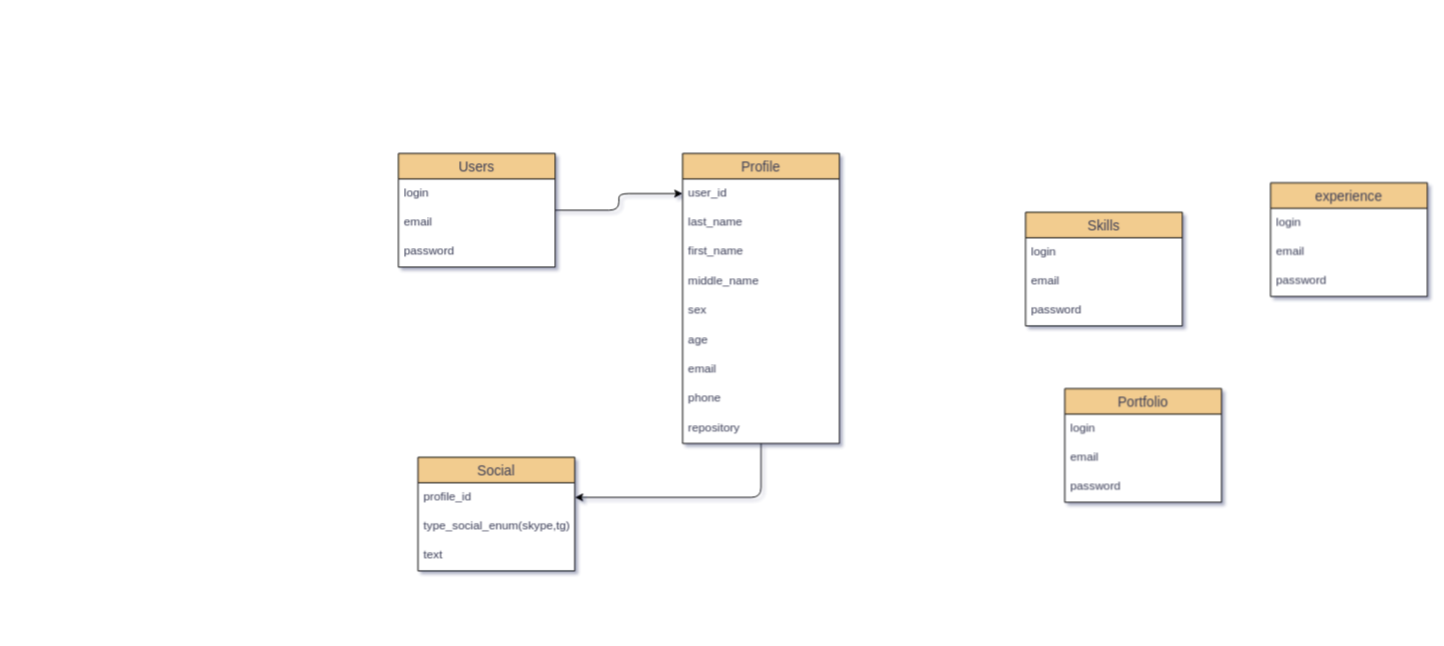
The draw.io diagram portfolio.drawio in odi1n/portfolio, before the edit. Source tidied: cells renumbered, new cells numbered last; positions are measured from the earlier drawing's top-left corner, leaving out a move shared by most shapes. Both pictures are drawn from the tidied source at 98%, with x=0, y=0 at pixel (398, 153).
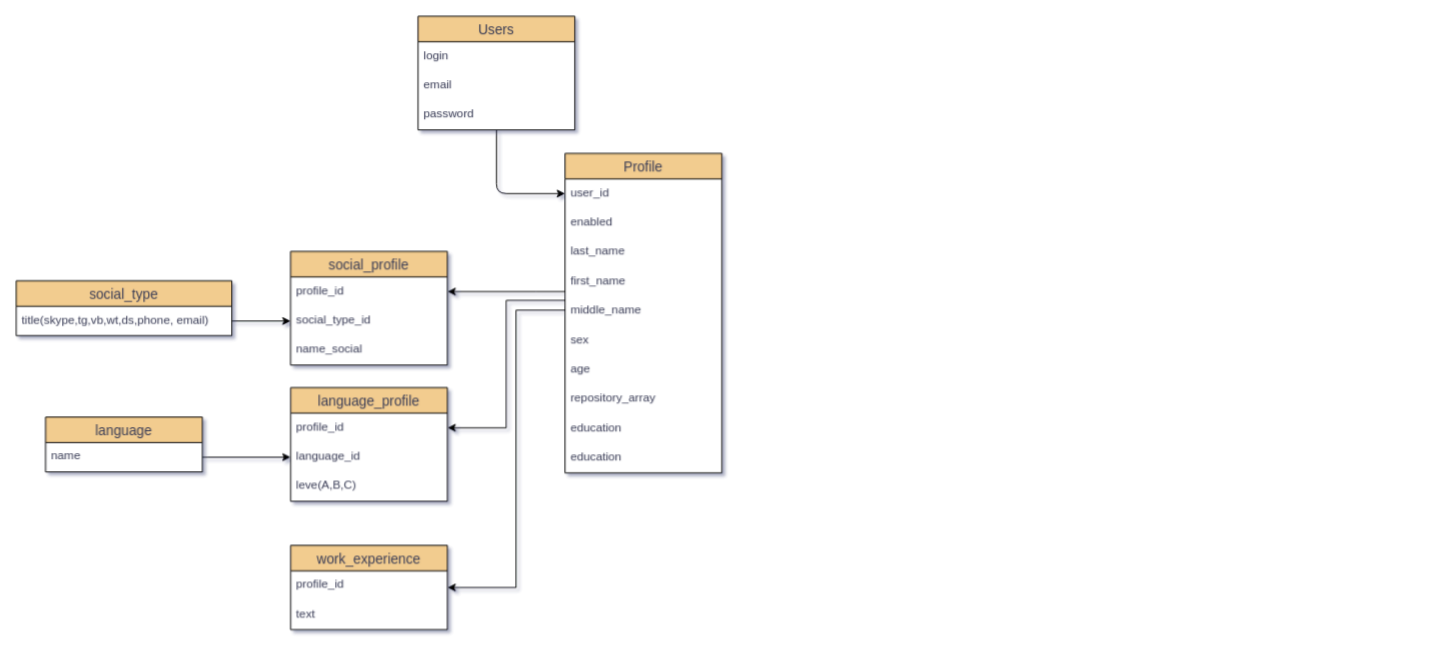
Above is the later version.

Commit message:
Описал таблицу профиля

The edit, as a diff of the source:
```diff
@@
     <mxCell id="3" value="Users" style="swimlane;fontStyle=0;horizontal=1;startSize=26;align=center;fontSize=14;rounded=0;shadow=0;sketch=0;fontColor=#393C56;strokeColor=default;fillColor=#F2CC8F;swimlaneFillColor=default;" parent="1" vertex="1">
-      <mxGeometry width="160" height="116" as="geometry" />
+      <mxGeometry x="20" y="-140" width="160" height="116" as="geometry" />
     </mxCell>
@@
-    <mxCell id="7" style="edgeStyle=orthogonalEdgeStyle;curved=0;rounded=1;sketch=0;jettySize=auto;html=1;entryX=1;entryY=0.5;entryDx=0;entryDy=0;shadow=0;fontColor=#393C56;strokeColor=default;fillColor=#F2CC8F;" parent="1" edge="1" source="8" target="31">
-      <mxGeometry relative="1" as="geometry" />
-    </mxCell>
+    <mxCell id="34" style="edgeStyle=orthogonalEdgeStyle;rounded=0;jettySize=auto;html=1;entryX=1;entryY=0.5;entryDx=0;entryDy=0;" parent="1" edge="1" source="8" target="43">
+      <mxGeometry relative="1" as="geometry">
+        <Array as="points">
+          <mxPoint x="140" y="141" />
+          <mxPoint x="140" y="141" />
+        </Array>
+      </mxGeometry>
+    </mxCell>
+    <mxCell id="35" style="edgeStyle=orthogonalEdgeStyle;rounded=0;jettySize=auto;html=1;entryX=1;entryY=0.5;entryDx=0;entryDy=0;" parent="1" edge="1" source="8" target="50">
+      <mxGeometry relative="1" as="geometry">
+        <Array as="points">
+          <mxPoint x="110" y="150" />
+          <mxPoint x="110" y="280" />
+        </Array>
+      </mxGeometry>
+    </mxCell>
+    <mxCell id="36" style="edgeStyle=orthogonalEdgeStyle;rounded=0;jettySize=auto;html=1;entryX=1;entryY=0.5;entryDx=0;entryDy=0;" parent="1" edge="1" source="8" target="54">
+      <mxGeometry relative="1" as="geometry">
+        <Array as="points">
+          <mxPoint x="120" y="160" />
+          <mxPoint x="120" y="443" />
+        </Array>
+      </mxGeometry>
+    </mxCell>
     <mxCell id="8" value="Profile" style="swimlane;fontStyle=0;horizontal=1;startSize=26;align=center;fontSize=14;rounded=0;shadow=0;sketch=0;fontColor=#393C56;strokeColor=default;fillColor=#F2CC8F;swimlaneFillColor=default;" parent="1" vertex="1">
-      <mxGeometry x="290" width="160" height="296" as="geometry" />
+      <mxGeometry x="170" width="160" height="326" as="geometry" />
     </mxCell>
@@
+    <mxCell id="37" value="enabled" style="text;strokeColor=none;fillColor=none;spacingLeft=4;spacingRight=4;overflow=hidden;fontSize=12;rounded=0;shadow=0;sketch=0;fontColor=#393C56;" parent="8" vertex="1">
+      <mxGeometry y="56" width="160" height="30" as="geometry" />
+    </mxCell>
     <mxCell id="10" value="last_name" style="text;strokeColor=none;fillColor=none;spacingLeft=4;spacingRight=4;overflow=hidden;fontSize=12;rounded=0;shadow=0;sketch=0;fontColor=#393C56;" parent="8" vertex="1">
-      <mxGeometry y="56" width="160" height="30" as="geometry" />
+      <mxGeometry y="86" width="160" height="30" as="geometry" />
     </mxCell>
     <mxCell id="11" value="first_name" style="text;strokeColor=none;fillColor=none;spacingLeft=4;spacingRight=4;overflow=hidden;fontSize=12;rounded=0;shadow=0;sketch=0;fontColor=#393C56;" parent="8" vertex="1">
-      <mxGeometry y="86" width="160" height="30" as="geometry" />
+      <mxGeometry y="116" width="160" height="30" as="geometry" />
     </mxCell>
     <mxCell id="12" value="middle_name" style="text;strokeColor=none;fillColor=none;spacingLeft=4;spacingRight=4;overflow=hidden;fontSize=12;rounded=0;shadow=0;sketch=0;fontColor=#393C56;" parent="8" vertex="1">
-      <mxGeometry y="116" width="160" height="30" as="geometry" />
+      <mxGeometry y="146" width="160" height="30" as="geometry" />
     </mxCell>
     <mxCell id="13" value="sex" style="text;strokeColor=none;fillColor=none;spacingLeft=4;spacingRight=4;overflow=hidden;fontSize=12;rounded=0;shadow=0;sketch=0;fontColor=#393C56;" parent="8" vertex="1">
-      <mxGeometry y="146" width="160" height="30" as="geometry" />
+      <mxGeometry y="176" width="160" height="30" as="geometry" />
     </mxCell>
     <mxCell id="14" value="age" style="text;strokeColor=none;fillColor=none;spacingLeft=4;spacingRight=4;overflow=hidden;fontSize=12;rounded=0;shadow=0;sketch=0;fontColor=#393C56;" parent="8" vertex="1">
-      <mxGeometry y="176" width="160" height="30" as="geometry" />
+      <mxGeometry y="206" width="160" height="30" as="geometry" />
     </mxCell>
-    <mxCell id="15" value="email" style="text;strokeColor=none;fillColor=none;spacingLeft=4;spacingRight=4;overflow=hidden;fontSize=12;rounded=0;shadow=0;sketch=0;fontColor=#393C56;" parent="8" vertex="1">
-      <mxGeometry y="206" width="160" height="30" as="geometry" />
-    </mxCell>
-    <mxCell id="16" value="phone" style="text;strokeColor=none;fillColor=none;spacingLeft=4;spacingRight=4;overflow=hidden;fontSize=12;rounded=0;shadow=0;sketch=0;fontColor=#393C56;" parent="8" vertex="1">
-      <mxGeometry y="236" width="160" height="30" as="geometry" />
-    </mxCell>
-    <mxCell id="17" value="repository" style="text;strokeColor=none;fillColor=none;spacingLeft=4;spacingRight=4;overflow=hidden;fontSize=12;rounded=0;shadow=0;sketch=0;fontColor=#393C56;" parent="8" vertex="1">
-      <mxGeometry y="266" width="160" height="30" as="geometry" />
+    <mxCell id="17" value="repository_array" style="text;strokeColor=none;fillColor=none;spacingLeft=4;spacingRight=4;overflow=hidden;fontSize=12;rounded=0;shadow=0;sketch=0;fontColor=#393C56;" parent="8" vertex="1">
+      <mxGeometry y="236" width="160" height="30" as="geometry" />
     </mxCell>
-    <mxCell id="18" value="Portfolio" style="swimlane;fontStyle=0;horizontal=1;startSize=26;align=center;fontSize=14;rounded=0;shadow=0;sketch=0;fontColor=#393C56;strokeColor=default;fillColor=#F2CC8F;swimlaneFillColor=default;" parent="1" vertex="1">
-      <mxGeometry x="680" y="240" width="160" height="116" as="geometry" />
-    </mxCell>
-    <mxCell id="19" value="login" style="text;strokeColor=none;fillColor=none;spacingLeft=4;spacingRight=4;overflow=hidden;fontSize=12;rounded=0;shadow=0;sketch=0;fontColor=#393C56;" parent="18" vertex="1">
-      <mxGeometry y="26" width="160" height="30" as="geometry" />
-    </mxCell>
-    <mxCell id="20" value="email" style="text;strokeColor=none;fillColor=none;spacingLeft=4;spacingRight=4;overflow=hidden;fontSize=12;rounded=0;shadow=0;sketch=0;fontColor=#393C56;" parent="18" vertex="1">
-      <mxGeometry y="56" width="160" height="30" as="geometry" />
-    </mxCell>
-    <mxCell id="21" value="password" style="text;strokeColor=none;fillColor=none;spacingLeft=4;spacingRight=4;overflow=hidden;fontSize=12;rounded=0;shadow=0;sketch=0;fontColor=#393C56;" parent="18" vertex="1">
-      <mxGeometry y="86" width="160" height="30" as="geometry" />
-    </mxCell>
-    <mxCell id="22" value="Skills" style="swimlane;fontStyle=0;horizontal=1;startSize=26;align=center;fontSize=14;rounded=0;shadow=0;sketch=0;fontColor=#393C56;strokeColor=default;fillColor=#F2CC8F;swimlaneFillColor=default;" parent="1" vertex="1">
-      <mxGeometry x="640" y="60" width="160" height="116" as="geometry" />
-    </mxCell>
-    <mxCell id="23" value="login" style="text;strokeColor=none;fillColor=none;spacingLeft=4;spacingRight=4;overflow=hidden;fontSize=12;rounded=0;shadow=0;sketch=0;fontColor=#393C56;" parent="22" vertex="1">
-      <mxGeometry y="26" width="160" height="30" as="geometry" />
-    </mxCell>
-    <mxCell id="24" value="email" style="text;strokeColor=none;fillColor=none;spacingLeft=4;spacingRight=4;overflow=hidden;fontSize=12;rounded=0;shadow=0;sketch=0;fontColor=#393C56;" parent="22" vertex="1">
-      <mxGeometry y="56" width="160" height="30" as="geometry" />
-    </mxCell>
-    <mxCell id="25" value="password" style="text;strokeColor=none;fillColor=none;spacingLeft=4;spacingRight=4;overflow=hidden;fontSize=12;rounded=0;shadow=0;sketch=0;fontColor=#393C56;" parent="22" vertex="1">
-      <mxGeometry y="86" width="160" height="30" as="geometry" />
-    </mxCell>
-    <mxCell id="26" value="experience" style="swimlane;fontStyle=0;horizontal=1;startSize=26;align=center;fontSize=14;rounded=0;shadow=0;sketch=0;fontColor=#393C56;strokeColor=default;fillColor=#F2CC8F;swimlaneFillColor=default;" parent="1" vertex="1">
-      <mxGeometry x="890" y="30" width="160" height="116" as="geometry" />
-    </mxCell>
-    <mxCell id="27" value="login" style="text;strokeColor=none;fillColor=none;spacingLeft=4;spacingRight=4;overflow=hidden;fontSize=12;rounded=0;shadow=0;sketch=0;fontColor=#393C56;" parent="26" vertex="1">
-      <mxGeometry y="26" width="160" height="30" as="geometry" />
-    </mxCell>
-    <mxCell id="28" value="email" style="text;strokeColor=none;fillColor=none;spacingLeft=4;spacingRight=4;overflow=hidden;fontSize=12;rounded=0;shadow=0;sketch=0;fontColor=#393C56;" parent="26" vertex="1">
-      <mxGeometry y="56" width="160" height="30" as="geometry" />
-    </mxCell>
-    <mxCell id="29" value="password" style="text;strokeColor=none;fillColor=none;spacingLeft=4;spacingRight=4;overflow=hidden;fontSize=12;rounded=0;shadow=0;sketch=0;fontColor=#393C56;" parent="26" vertex="1">
-      <mxGeometry y="86" width="160" height="30" as="geometry" />
-    </mxCell>
-    <mxCell id="30" value="Social" style="swimlane;fontStyle=0;horizontal=1;startSize=26;align=center;fontSize=14;rounded=0;shadow=0;sketch=0;fontColor=#393C56;strokeColor=default;fillColor=#F2CC8F;swimlaneFillColor=default;" parent="1" vertex="1">
-      <mxGeometry x="20" y="310" width="160" height="116" as="geometry" />
-    </mxCell>
-    <mxCell id="31" value="profile_id" style="text;strokeColor=none;fillColor=none;spacingLeft=4;spacingRight=4;overflow=hidden;points=[[0,0.5],[1,0.5]];portConstraint=eastwest;fontSize=12;rounded=0;shadow=0;sketch=0;fontColor=#393C56;" parent="30" vertex="1">
-      <mxGeometry y="26" width="160" height="30" as="geometry" />
-    </mxCell>
-    <mxCell id="32" value="type_social_enum(skype,tg)" style="text;strokeColor=none;fillColor=none;spacingLeft=4;spacingRight=4;overflow=hidden;fontSize=12;rounded=0;shadow=0;sketch=0;fontColor=#393C56;" parent="30" vertex="1">
-      <mxGeometry y="56" width="160" height="30" as="geometry" />
-    </mxCell>
+    <mxCell id="38" value="education" style="text;strokeColor=none;fillColor=none;spacingLeft=4;spacingRight=4;overflow=hidden;fontSize=12;rounded=0;shadow=0;sketch=0;fontColor=#393C56;" parent="8" vertex="1">
+      <mxGeometry y="266" width="160" height="30" as="geometry" />
+    </mxCell>
+    <mxCell id="39" value="education" style="text;strokeColor=none;fillColor=none;spacingLeft=4;spacingRight=4;overflow=hidden;fontSize=12;rounded=0;shadow=0;sketch=0;fontColor=#393C56;" parent="8" vertex="1">
+      <mxGeometry y="296" width="160" height="30" as="geometry" />
+    </mxCell>
+    <mxCell id="40" value="social_type" style="swimlane;fontStyle=0;horizontal=1;startSize=26;align=center;fontSize=14;rounded=0;shadow=0;sketch=0;fontColor=#393C56;strokeColor=default;fillColor=#F2CC8F;swimlaneFillColor=default;" parent="1" vertex="1">
+      <mxGeometry x="-390" y="130" width="220" height="56" as="geometry" />
+    </mxCell>
+    <mxCell id="41" value="title(skype,tg,vb,wt,ds,phone, email)" style="text;strokeColor=none;fillColor=none;spacingLeft=4;spacingRight=4;overflow=hidden;points=[[0,0.5],[1,0.5]];portConstraint=eastwest;fontSize=12;rounded=0;shadow=0;sketch=0;fontColor=#393C56;" parent="40" vertex="1">
+      <mxGeometry y="26" width="220" height="30" as="geometry" />
+    </mxCell>
+    <mxCell id="42" value="social_profile" style="swimlane;fontStyle=0;horizontal=1;startSize=26;align=center;fontSize=14;rounded=0;shadow=0;sketch=0;fontColor=#393C56;strokeColor=default;fillColor=#F2CC8F;swimlaneFillColor=default;" parent="1" vertex="1">
+      <mxGeometry x="-110" y="100" width="160" height="116" as="geometry" />
+    </mxCell>
+    <mxCell id="43" value="profile_id" style="text;strokeColor=none;fillColor=none;spacingLeft=4;spacingRight=4;overflow=hidden;points=[[0,0.5],[1,0.5]];portConstraint=eastwest;fontSize=12;rounded=0;shadow=0;sketch=0;fontColor=#393C56;" parent="42" vertex="1">
+      <mxGeometry y="26" width="160" height="30" as="geometry" />
+    </mxCell>
+    <mxCell id="44" value="social_type_id" style="text;strokeColor=none;fillColor=none;spacingLeft=4;spacingRight=4;overflow=hidden;points=[[0,0.5],[1,0.5]];portConstraint=eastwest;fontSize=12;rounded=0;shadow=0;sketch=0;fontColor=#393C56;" parent="42" vertex="1">
+      <mxGeometry y="56" width="160" height="30" as="geometry" />
+    </mxCell>
+    <mxCell id="45" value="name_social" style="text;strokeColor=none;fillColor=none;spacingLeft=4;spacingRight=4;overflow=hidden;fontSize=12;rounded=0;shadow=0;sketch=0;fontColor=#393C56;" parent="42" vertex="1">
+      <mxGeometry y="86" width="160" height="30" as="geometry" />
+    </mxCell>
+    <mxCell id="46" style="edgeStyle=orthogonalEdgeStyle;rounded=0;jettySize=auto;html=1;exitX=1;exitY=0.5;exitDx=0;exitDy=0;" parent="1" edge="1" source="41" target="44">
+      <mxGeometry relative="1" as="geometry" />
+    </mxCell>
+    <mxCell id="47" value="language" style="swimlane;fontStyle=0;horizontal=1;startSize=26;align=center;fontSize=14;rounded=0;shadow=0;sketch=0;fontColor=#393C56;strokeColor=default;fillColor=#F2CC8F;swimlaneFillColor=default;" parent="1" vertex="1">
+      <mxGeometry x="-360" y="269" width="160" height="56" as="geometry" />
+    </mxCell>
+    <mxCell id="48" value="name" style="text;strokeColor=none;fillColor=none;spacingLeft=4;spacingRight=4;overflow=hidden;points=[[0,0.5],[1,0.5]];portConstraint=eastwest;fontSize=12;rounded=0;shadow=0;sketch=0;fontColor=#393C56;" parent="47" vertex="1">
+      <mxGeometry y="26" width="160" height="30" as="geometry" />
+    </mxCell>
+    <mxCell id="49" value="language_profile" style="swimlane;fontStyle=0;horizontal=1;startSize=26;align=center;fontSize=14;rounded=0;shadow=0;sketch=0;fontColor=#393C56;strokeColor=default;fillColor=#F2CC8F;swimlaneFillColor=default;" parent="1" vertex="1">
+      <mxGeometry x="-110" y="239" width="160" height="116" as="geometry" />
+    </mxCell>
+    <mxCell id="50" value="profile_id" style="text;strokeColor=none;fillColor=none;spacingLeft=4;spacingRight=4;overflow=hidden;points=[[0,0.5],[1,0.5]];portConstraint=eastwest;fontSize=12;rounded=0;shadow=0;sketch=0;fontColor=#393C56;" parent="49" vertex="1">
+      <mxGeometry y="26" width="160" height="30" as="geometry" />
+    </mxCell>
+    <mxCell id="51" value="language_id" style="text;strokeColor=none;fillColor=none;spacingLeft=4;spacingRight=4;overflow=hidden;points=[[0,0.5],[1,0.5]];portConstraint=eastwest;fontSize=12;rounded=0;shadow=0;sketch=0;fontColor=#393C56;" parent="49" vertex="1">
+      <mxGeometry y="56" width="160" height="30" as="geometry" />
+    </mxCell>
+    <mxCell id="52" value="leve(A,B,C)" style="text;strokeColor=none;fillColor=none;spacingLeft=4;spacingRight=4;overflow=hidden;fontSize=12;rounded=0;shadow=0;sketch=0;fontColor=#393C56;" parent="49" vertex="1">
+      <mxGeometry y="86" width="160" height="30" as="geometry" />
+    </mxCell>
+    <mxCell id="53" style="edgeStyle=orthogonalEdgeStyle;rounded=0;jettySize=auto;html=1;exitX=1;exitY=0.5;exitDx=0;exitDy=0;" parent="1" edge="1" source="48" target="51">
+      <mxGeometry relative="1" as="geometry" />
+    </mxCell>
+    <mxCell id="54" value="work_experience" style="swimlane;fontStyle=0;horizontal=1;startSize=26;align=center;fontSize=14;rounded=0;shadow=0;sketch=0;fontColor=#393C56;strokeColor=default;fillColor=#F2CC8F;swimlaneFillColor=default;" parent="1" vertex="1">
+      <mxGeometry x="-110" y="400" width="160" height="86" as="geometry" />
+    </mxCell>
+    <mxCell id="55" value="profile_id" style="text;strokeColor=none;fillColor=none;spacingLeft=4;spacingRight=4;overflow=hidden;fontSize=12;rounded=0;shadow=0;sketch=0;fontColor=#393C56;" parent="54" vertex="1">
+      <mxGeometry y="26" width="160" height="30" as="geometry" />
+    </mxCell>
-    <mxCell id="33" value="text" style="text;strokeColor=none;fillColor=none;spacingLeft=4;spacingRight=4;overflow=hidden;fontSize=12;rounded=0;shadow=0;sketch=0;fontColor=#393C56;" parent="30" vertex="1">
-      <mxGeometry y="86" width="160" height="30" as="geometry" />
+    <mxCell id="33" value="text" style="text;strokeColor=none;fillColor=none;spacingLeft=4;spacingRight=4;overflow=hidden;fontSize=12;rounded=0;shadow=0;sketch=0;fontColor=#393C56;" parent="54" vertex="1">
+      <mxGeometry y="56" width="160" height="30" as="geometry" />
     </mxCell>
```
